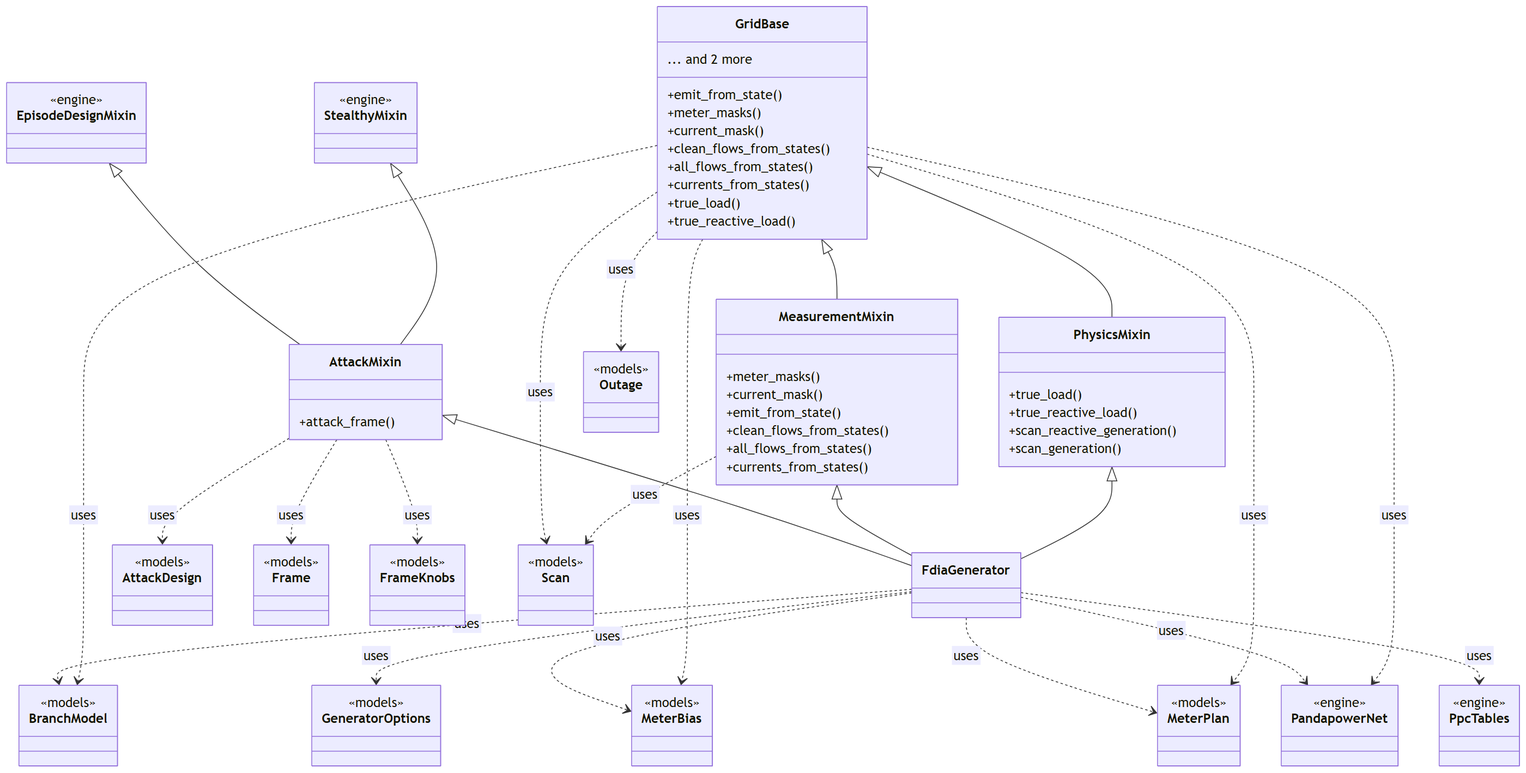
Above: docs/figures/diagrams/classes_engine.png in myersben9/fdia-graph (Mermaid), before the change. Its source is kept beside it as docs/figures/diagrams/classes_engine.mmd.
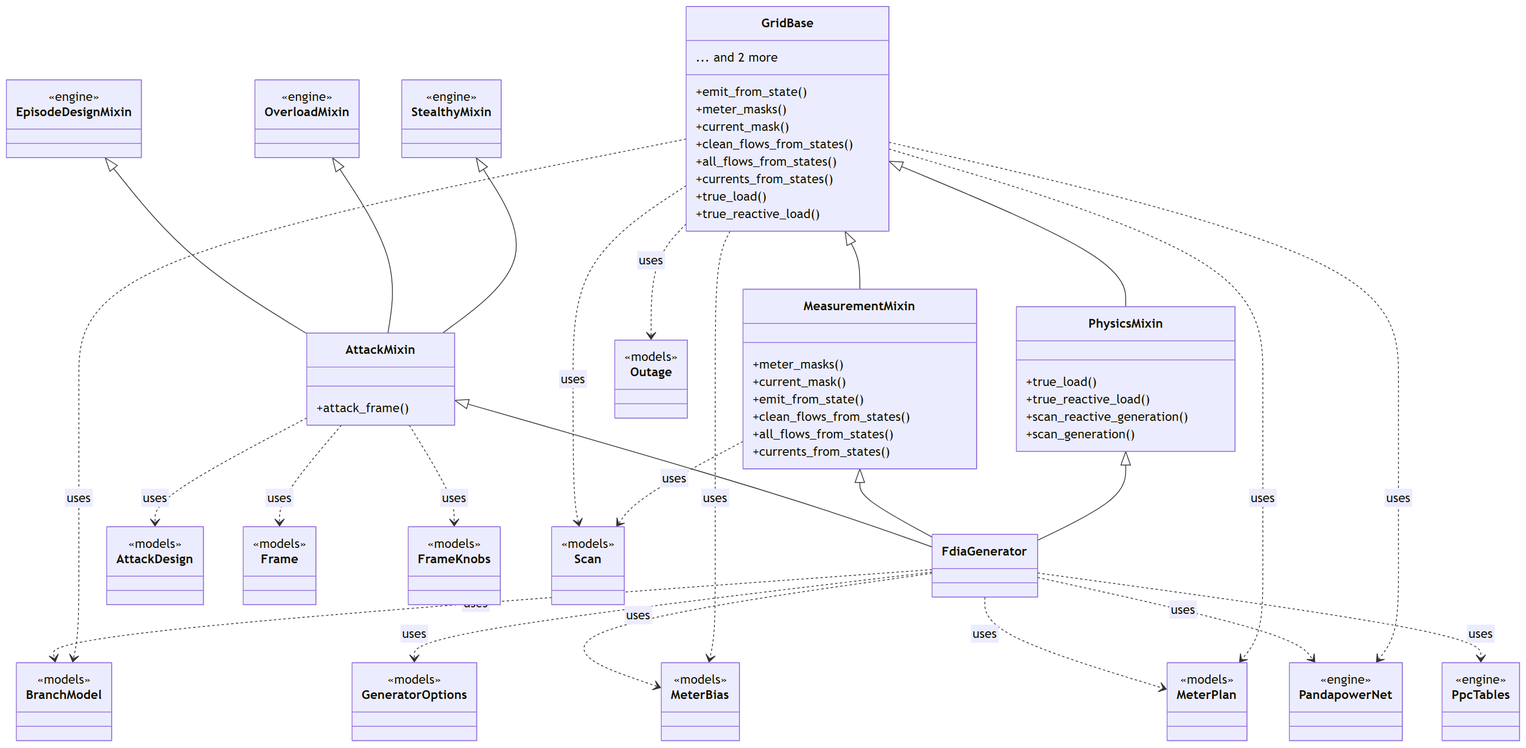
After the change.

What changed in the source:
```diff
@@ -56,6 +56,9 @@
     class Outage {
         <<models>>
     }
+    class OverloadMixin {
+        <<engine>>
+    }
     class PandapowerNet {
         <<engine>>
     }
@@ -73,6 +76,7 @@
     GridBase <|-- MeasurementMixin
     GridBase <|-- PhysicsMixin
     MeasurementMixin <|-- FdiaGenerator
+    OverloadMixin <|-- AttackMixin
     PhysicsMixin <|-- FdiaGenerator
     StealthyMixin <|-- AttackMixin
     AttackMixin ..> AttackDesign : uses
```
